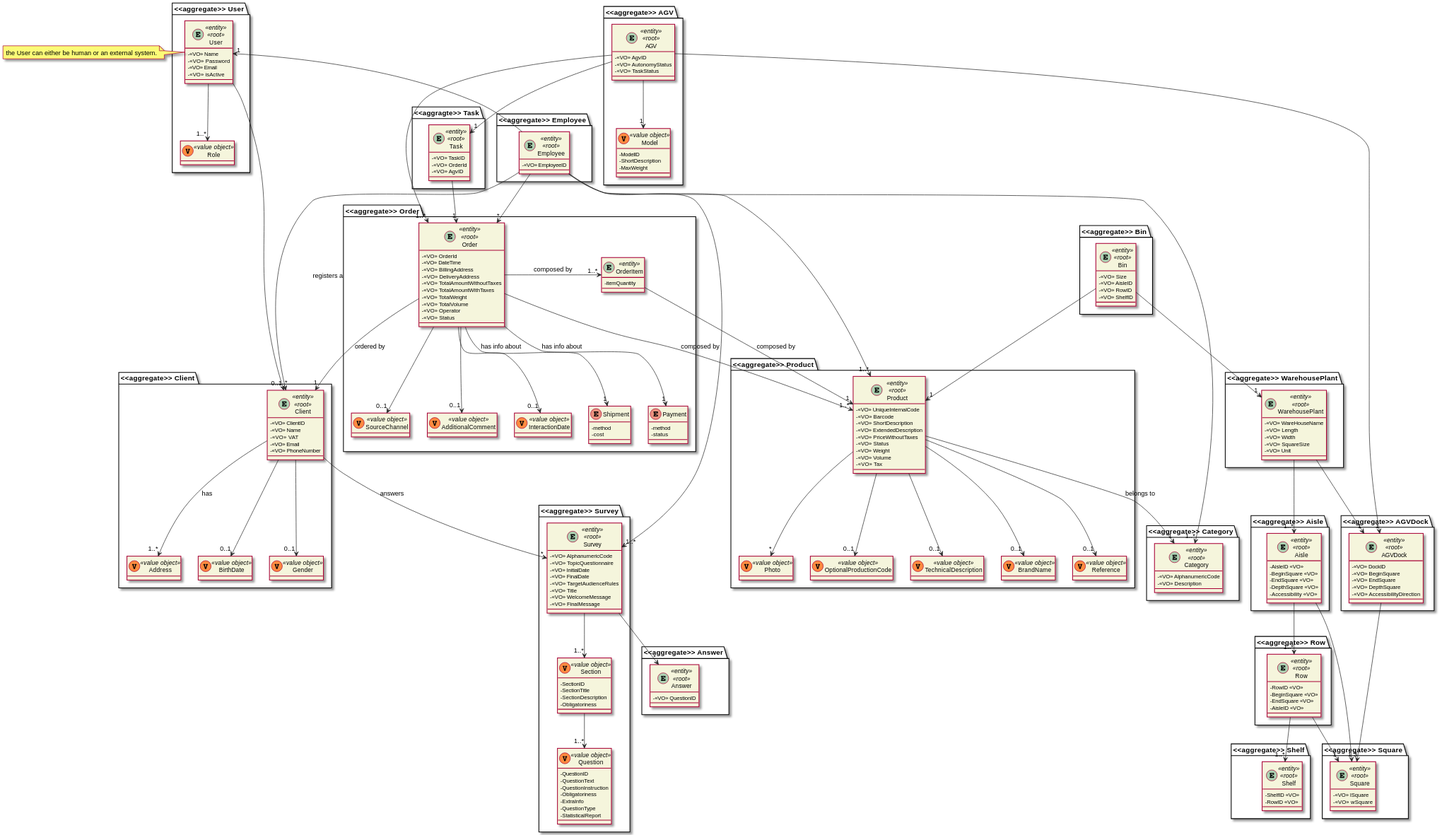
This is docs/DM.svg from ana-albergaria/LAPR4-ISEP, a PlantUML export, as it was before one commit.
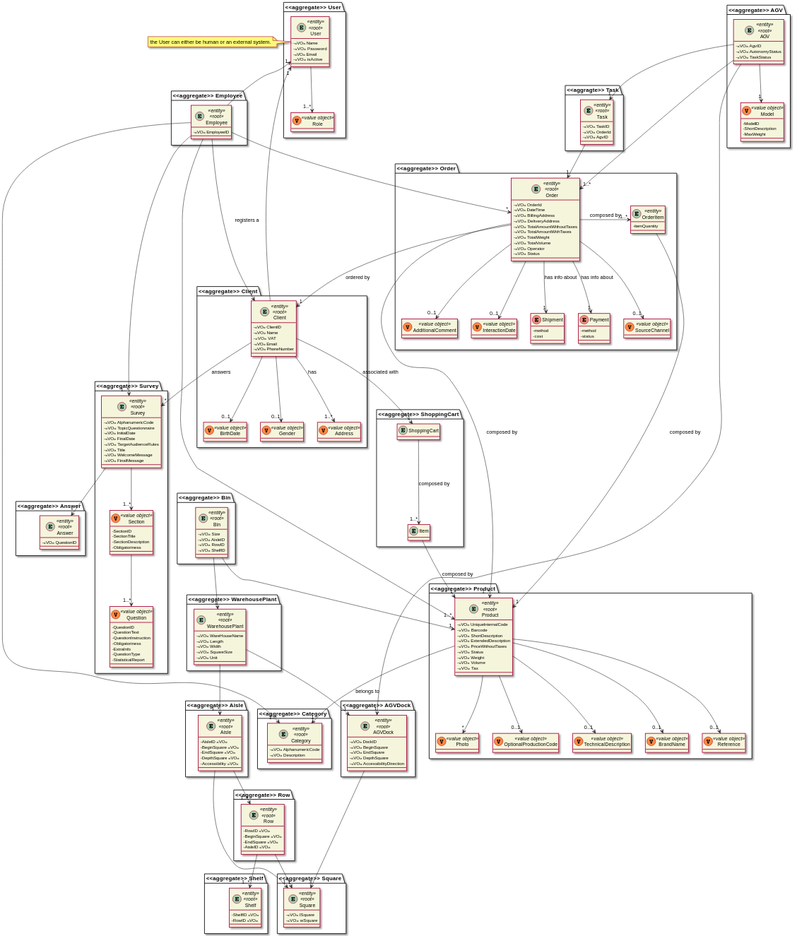
After the commit.

Change to the diagram source:
```diff
@@ -95,6 +95,11 @@
 
 package "<<aggregate>> Bin" {
     entity Bin
+}
+
+package "<<aggregate>> ShoppingCart"{
+    entity ShoppingCart
+    entity Item
 }
 
 entity Product <<entity>> <<root>> {
@@ -320,7 +325,7 @@
 
 User --> "1..*" Role
 User "1" <-- Employee
-User --> "0..1" Client
+User "1" <-- Client
 
 WarehousePlant --> "1..*" Aisle
 Aisle --> "1..*" Row
@@ -354,6 +359,10 @@
 Survey --> "*" Answer
 
 
+ShoppingCart --> "1..*" Item : composed by
+Client --> "1" ShoppingCart : associated with
+Item --> "1" Product : composed by
+
 class SourceChannel <<(V,#FF8B40) value object>>
 class InteractionDate <<(V,#FF8B40) value object>>
 class AdditionalComment <<(V,#FF8B40) value object>>
```
